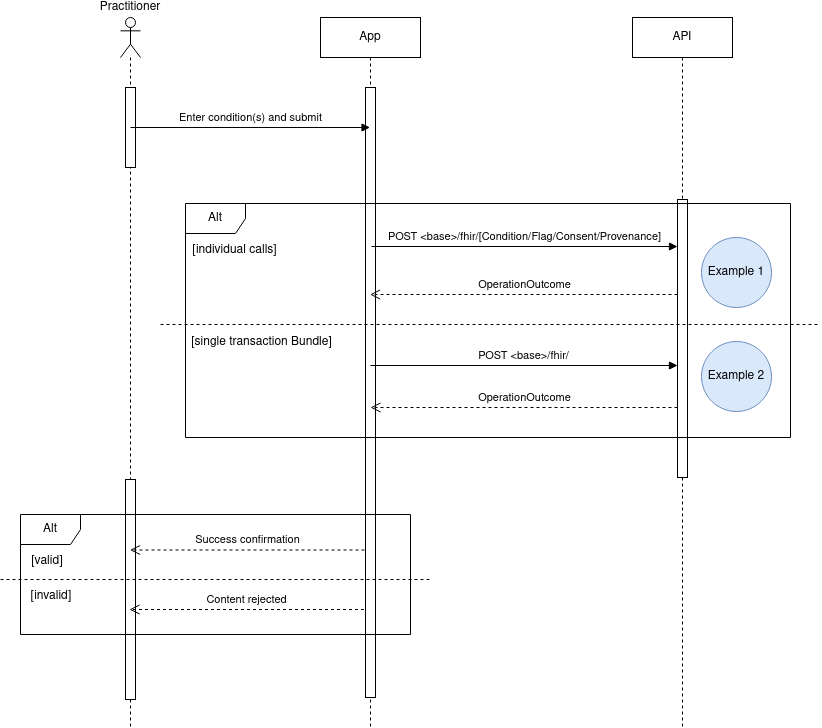
NHSDigital/ra-sandbox keeps this draw.io diagram as input/images/condition-recorded-sequence.drawio.png. Above is the earlier version. Source tidied: cells renumbered, new cells last; positions are measured from the earlier drawing's top-left corner, leaving out a move shared by most shapes.
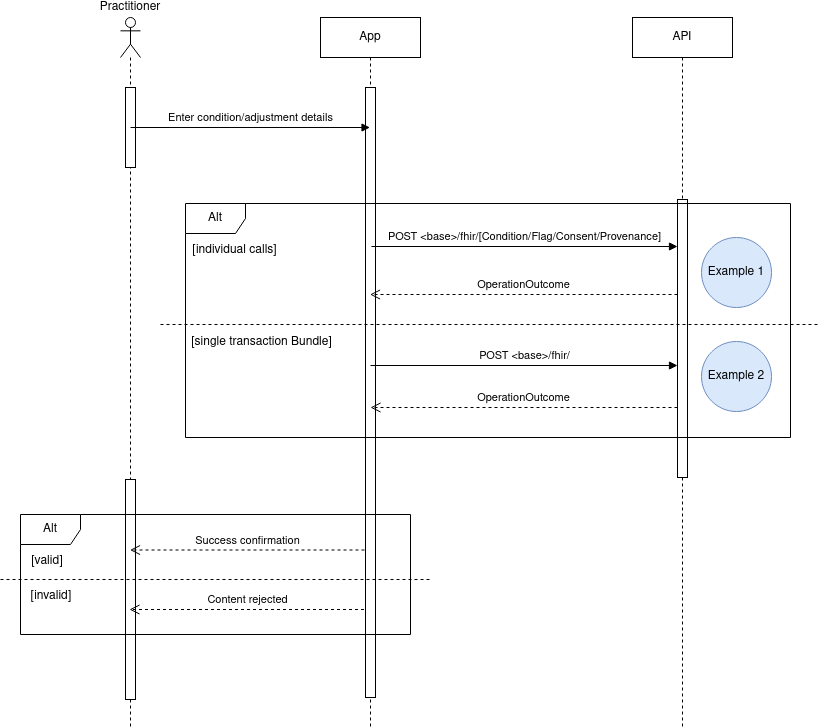
The same file after the commit.

Commit message:
change initial interaction to be more generic, i.e. not just condition.

What changed in the source:
```diff
@@ -23,7 +23,7 @@
     <mxCell id="8" style="html=1;perimeter=orthogonalPerimeter;targetShapes=umlLifeline;newEdgeStyle={&quot;curved&quot;:0,&quot;rounded&quot;:0};" parent="6" vertex="1">
       <mxGeometry x="5" y="462" width="10" height="220" as="geometry" />
     </mxCell>
-    <mxCell id="9" value="Enter condition(s) and submit" style="html=1;verticalAlign=bottom;endArrow=block;curved=0;rounded=0;" parent="1" edge="1" target="2">
+    <mxCell id="9" value="Enter condition/adjustment details " style="html=1;verticalAlign=bottom;endArrow=block;curved=0;rounded=0;" parent="1" edge="1" target="2">
       <mxGeometry relative="1" as="geometry">
         <mxPoint x="130" y="110" as="sourcePoint" />
       </mxGeometry>
```
